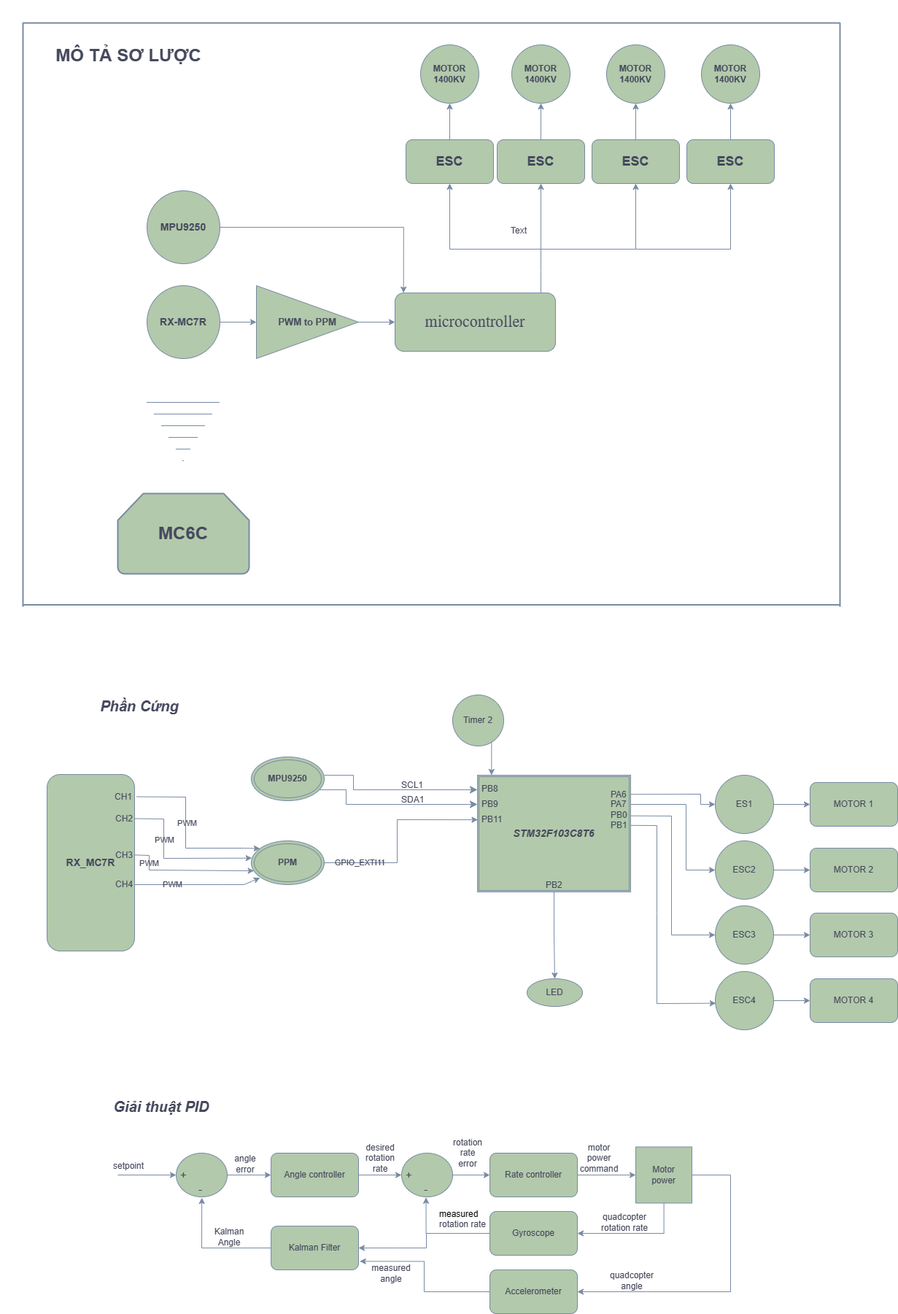
Earlier version of the draw.io export Untitled Diagram.drawio.png (trung5522/fly). Source tidied: cells renumbered, new cells last; positions are measured from the earlier drawing's top-left corner, leaving out a move shared by most shapes.
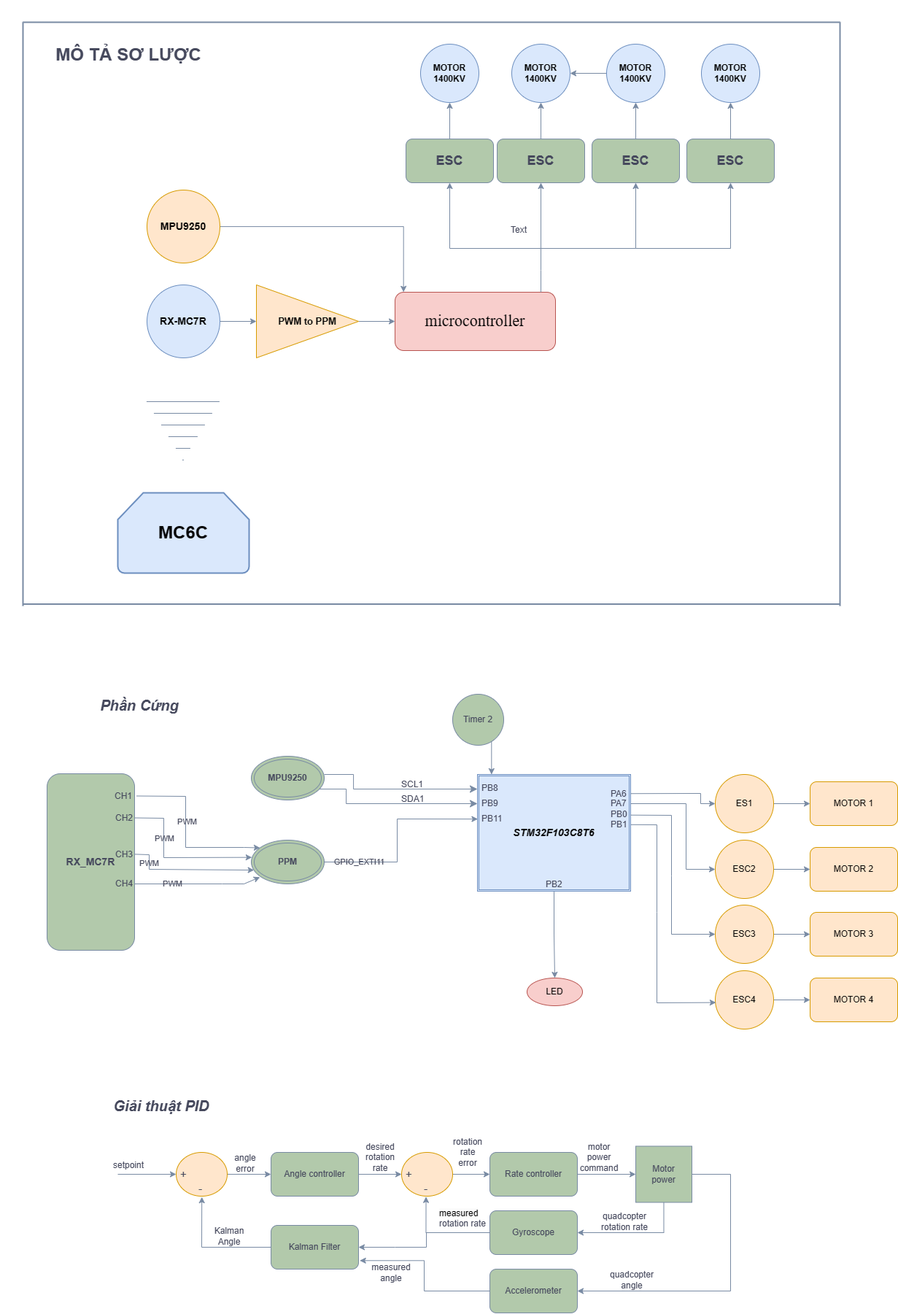
The same diagram one commit later.

The edit, as a diff of the source:
```diff
@@ -2,25 +2,25 @@
   <root>
     <mxCell id="0" />
     <mxCell id="1" parent="0" />
-    <mxCell id="2" value="&lt;span style=&quot;font-size: 22px;&quot;&gt;microcontroller&lt;/span&gt;" style="rounded=1;whiteSpace=wrap;html=1;fillColor=#B2C9AB;strokeColor=#788AA3;fontFamily=Times New Roman;labelBackgroundColor=none;fontColor=#46495D;" parent="1" vertex="1">
+    <mxCell id="2" value="&lt;span style=&quot;font-size: 22px;&quot;&gt;microcontroller&lt;/span&gt;" style="rounded=1;whiteSpace=wrap;html=1;fillColor=#f8cecc;strokeColor=#b85450;fontFamily=Times New Roman;labelBackgroundColor=none;" parent="1" vertex="1">
       <mxGeometry x="540" y="400" width="220" height="80" as="geometry" />
     </mxCell>
     <mxCell id="3" style="edgeStyle=orthogonalEdgeStyle;rounded=0;jettySize=auto;html=1;entryX=0.053;entryY=-0.002;entryDx=0;entryDy=0;entryPerimeter=0;strokeColor=#788AA3;labelBackgroundColor=none;fontColor=default;" parent="1" edge="1" source="4" target="2">
       <mxGeometry relative="1" as="geometry" />
     </mxCell>
-    <mxCell id="4" value="&lt;h3&gt;MPU9250&lt;/h3&gt;" style="ellipse;whiteSpace=wrap;html=1;labelBackgroundColor=none;fillColor=#B2C9AB;strokeColor=#788AA3;fontColor=#46495D;" parent="1" vertex="1">
+    <mxCell id="4" value="&lt;h3&gt;MPU9250&lt;/h3&gt;" style="ellipse;whiteSpace=wrap;html=1;labelBackgroundColor=none;fillColor=#ffe6cc;strokeColor=#d79b00;" parent="1" vertex="1">
       <mxGeometry x="200" y="260" width="100" height="100" as="geometry" />
     </mxCell>
     <mxCell id="5" style="edgeStyle=orthogonalEdgeStyle;rounded=0;jettySize=auto;html=1;entryX=0;entryY=0.5;entryDx=0;entryDy=0;labelBackgroundColor=none;strokeColor=#788AA3;fontColor=default;" parent="1" edge="1" source="6" target="8">
       <mxGeometry relative="1" as="geometry" />
     </mxCell>
-    <mxCell id="6" value="&lt;h3&gt;RX-MC7R&lt;/h3&gt;" style="ellipse;whiteSpace=wrap;html=1;fillColor=#B2C9AB;strokeColor=#788AA3;labelBackgroundColor=none;fontColor=#46495D;" parent="1" vertex="1">
+    <mxCell id="6" value="&lt;h3&gt;RX-MC7R&lt;/h3&gt;" style="ellipse;whiteSpace=wrap;html=1;fillColor=#dae8fc;strokeColor=#6c8ebf;labelBackgroundColor=none;" parent="1" vertex="1">
       <mxGeometry x="200" y="390" width="100" height="100" as="geometry" />
     </mxCell>
     <mxCell id="7" style="edgeStyle=orthogonalEdgeStyle;rounded=0;jettySize=auto;html=1;entryX=0;entryY=0.5;entryDx=0;entryDy=0;strokeColor=#788AA3;labelBackgroundColor=none;fontColor=default;" parent="1" edge="1" source="8" target="2">
       <mxGeometry relative="1" as="geometry" />
     </mxCell>
-    <mxCell id="8" value="PWM to PPM" style="triangle;whiteSpace=wrap;html=1;fontStyle=1;fontSize=13;align=center;labelBackgroundColor=none;fillColor=#B2C9AB;strokeColor=#788AA3;fontColor=#46495D;" parent="1" vertex="1">
+    <mxCell id="8" value="PWM to PPM" style="triangle;whiteSpace=wrap;html=1;fontStyle=1;fontSize=13;align=center;labelBackgroundColor=none;fillColor=#ffe6cc;strokeColor=#d79b00;" parent="1" vertex="1">
       <mxGeometry x="350" y="390" width="140" height="100" as="geometry" />
     </mxCell>
     <mxCell id="9" value="&lt;b&gt;&lt;font style=&quot;font-size: 18px;&quot;&gt;ESC&lt;/font&gt;&lt;/b&gt;" style="rounded=1;whiteSpace=wrap;html=1;labelBackgroundColor=none;fillColor=#B2C9AB;strokeColor=#788AA3;fontColor=#46495D;" parent="1" vertex="1">
@@ -70,7 +70,7 @@
         </Array>
       </mxGeometry>
     </mxCell>
-    <mxCell id="17" value="MOTOR 1400KV" style="ellipse;whiteSpace=wrap;html=1;fontStyle=1;labelBackgroundColor=none;fillColor=#B2C9AB;strokeColor=#788AA3;fontColor=#46495D;" parent="1" vertex="1">
+    <mxCell id="17" value="MOTOR 1400KV" style="ellipse;whiteSpace=wrap;html=1;fontStyle=1;labelBackgroundColor=none;fillColor=#dae8fc;strokeColor=#6c8ebf;" parent="1" vertex="1">
       <mxGeometry x="575" y="60" width="80" height="80" as="geometry" />
     </mxCell>
     <mxCell id="18" style="endArrow=classic;html=1;rounded=0;exitX=0.5;exitY=0;exitDx=0;exitDy=0;labelBackgroundColor=none;strokeColor=#788AA3;fontColor=default;" parent="1" edge="1" source="9">
@@ -93,16 +93,19 @@
         <mxPoint x="1000" y="140" as="targetPoint" />
       </mxGeometry>
     </mxCell>
-    <mxCell id="22" value="MOTOR 1400KV" style="ellipse;whiteSpace=wrap;html=1;fontStyle=1;labelBackgroundColor=none;fillColor=#B2C9AB;strokeColor=#788AA3;fontColor=#46495D;" parent="1" vertex="1">
+    <mxCell id="22" value="MOTOR 1400KV" style="ellipse;whiteSpace=wrap;html=1;fontStyle=1;labelBackgroundColor=none;fillColor=#dae8fc;strokeColor=#6c8ebf;" parent="1" vertex="1">
       <mxGeometry x="700" y="60" width="80" height="80" as="geometry" />
     </mxCell>
+    <mxCell id="118" style="edgeStyle=orthogonalEdgeStyle;rounded=0;jettySize=auto;html=1;strokeColor=#788AA3;fontColor=#46495D;fillColor=#B2C9AB;" parent="1" edge="1" source="23" target="22">
+      <mxGeometry relative="1" as="geometry" />
+    </mxCell>
-    <mxCell id="23" value="MOTOR 1400KV" style="ellipse;whiteSpace=wrap;html=1;fontStyle=1;labelBackgroundColor=none;fillColor=#B2C9AB;strokeColor=#788AA3;fontColor=#46495D;" parent="1" vertex="1">
+    <mxCell id="23" value="MOTOR 1400KV" style="ellipse;whiteSpace=wrap;html=1;fontStyle=1;labelBackgroundColor=none;fillColor=#dae8fc;strokeColor=#6c8ebf;" parent="1" vertex="1">
       <mxGeometry x="830" y="60" width="80" height="80" as="geometry" />
     </mxCell>
-    <mxCell id="24" value="MOTOR 1400KV" style="ellipse;whiteSpace=wrap;html=1;fontStyle=1;labelBackgroundColor=none;fillColor=#B2C9AB;strokeColor=#788AA3;fontColor=#46495D;" parent="1" vertex="1">
+    <mxCell id="24" value="MOTOR 1400KV" style="ellipse;whiteSpace=wrap;html=1;fontStyle=1;labelBackgroundColor=none;fillColor=#dae8fc;strokeColor=#6c8ebf;" parent="1" vertex="1">
       <mxGeometry x="960" y="60" width="80" height="80" as="geometry" />
     </mxCell>
-    <mxCell id="25" value="&lt;h1&gt;MC6C&lt;/h1&gt;" style="strokeWidth=2;html=1;shape=mxgraph.flowchart.loop_limit;whiteSpace=wrap;fillColor=#B2C9AB;strokeColor=#788AA3;labelBackgroundColor=none;fontColor=#46495D;" parent="1" vertex="1">
+    <mxCell id="25" value="&lt;h1&gt;MC6C&lt;/h1&gt;" style="strokeWidth=2;html=1;shape=mxgraph.flowchart.loop_limit;whiteSpace=wrap;fillColor=#dae8fc;strokeColor=#6c8ebf;labelBackgroundColor=none;" parent="1" vertex="1">
       <mxGeometry x="160" y="675" width="180" height="110" as="geometry" />
     </mxCell>
     <mxCell id="26" style="shape=mxgraph.arrows2.wedgeArrowDashed2;html=1;startWidth=50;stepSize=15;rounded=0;labelBackgroundColor=none;strokeColor=#788AA3;fontColor=default;" parent="1" edge="1">
@@ -126,7 +129,7 @@
     <mxCell id="31" style="edgeStyle=orthogonalEdgeStyle;rounded=0;jettySize=auto;html=1;labelBackgroundColor=none;strokeColor=#788AA3;fontColor=default;" parent="1" edge="1" source="32" target="75">
       <mxGeometry relative="1" as="geometry" />
     </mxCell>
-    <mxCell id="32" value="&lt;font style=&quot;font-size: 14px;&quot;&gt;&lt;b&gt;&lt;i&gt;STM32F103C8T6&lt;/i&gt;&lt;/b&gt;&lt;/font&gt;" style="shape=ext;double=1;rounded=0;whiteSpace=wrap;html=1;labelBackgroundColor=none;fillColor=#B2C9AB;strokeColor=#788AA3;fontColor=#46495D;" parent="1" vertex="1">
+    <mxCell id="32" value="&lt;font style=&quot;font-size: 14px;&quot;&gt;&lt;b&gt;&lt;i&gt;STM32F103C8T6&lt;/i&gt;&lt;/b&gt;&lt;/font&gt;" style="shape=ext;double=1;rounded=0;whiteSpace=wrap;html=1;labelBackgroundColor=none;fillColor=#dae8fc;strokeColor=#6c8ebf;" parent="1" vertex="1">
       <mxGeometry x="653" y="1061" width="210" height="160" as="geometry" />
     </mxCell>
     <mxCell id="33" value="&lt;b&gt;MPU9250&lt;/b&gt;" style="ellipse;shape=doubleEllipse;whiteSpace=wrap;html=1;fillColor=#B2C9AB;strokeColor=#788AA3;labelBackgroundColor=none;fontColor=#46495D;" parent="1" vertex="1">
@@ -255,25 +258,25 @@
     <mxCell id="59" style="edgeStyle=orthogonalEdgeStyle;rounded=0;jettySize=auto;html=1;entryX=0;entryY=0.5;entryDx=0;entryDy=0;labelBackgroundColor=none;strokeColor=#788AA3;fontColor=default;" parent="1" edge="1" source="60" target="77">
       <mxGeometry relative="1" as="geometry" />
     </mxCell>
-    <mxCell id="60" value="ES1" style="ellipse;whiteSpace=wrap;html=1;fillColor=#B2C9AB;strokeColor=#788AA3;labelBackgroundColor=none;fontColor=#46495D;" parent="1" vertex="1">
+    <mxCell id="60" value="ES1" style="ellipse;whiteSpace=wrap;html=1;fillColor=#ffe6cc;strokeColor=#d79b00;labelBackgroundColor=none;" parent="1" vertex="1">
       <mxGeometry x="979" y="1061" width="80" height="80" as="geometry" />
     </mxCell>
     <mxCell id="61" style="edgeStyle=orthogonalEdgeStyle;rounded=0;jettySize=auto;html=1;entryX=0;entryY=0.5;entryDx=0;entryDy=0;labelBackgroundColor=none;strokeColor=#788AA3;fontColor=default;" parent="1" edge="1" source="62" target="78">
       <mxGeometry relative="1" as="geometry" />
     </mxCell>
-    <mxCell id="62" value="ESC2" style="ellipse;whiteSpace=wrap;html=1;fillColor=#B2C9AB;strokeColor=#788AA3;labelBackgroundColor=none;fontColor=#46495D;" parent="1" vertex="1">
+    <mxCell id="62" value="ESC2" style="ellipse;whiteSpace=wrap;html=1;fillColor=#ffe6cc;strokeColor=#d79b00;labelBackgroundColor=none;" parent="1" vertex="1">
       <mxGeometry x="979" y="1151" width="80" height="80" as="geometry" />
     </mxCell>
     <mxCell id="63" style="edgeStyle=orthogonalEdgeStyle;rounded=0;jettySize=auto;html=1;entryX=0;entryY=0.5;entryDx=0;entryDy=0;labelBackgroundColor=none;strokeColor=#788AA3;fontColor=default;" parent="1" edge="1" source="64" target="79">
       <mxGeometry relative="1" as="geometry" />
     </mxCell>
-    <mxCell id="64" value="ESC3" style="ellipse;whiteSpace=wrap;html=1;fillColor=#B2C9AB;strokeColor=#788AA3;labelBackgroundColor=none;fontColor=#46495D;" parent="1" vertex="1">
+    <mxCell id="64" value="ESC3" style="ellipse;whiteSpace=wrap;html=1;fillColor=#ffe6cc;strokeColor=#d79b00;labelBackgroundColor=none;" parent="1" vertex="1">
       <mxGeometry x="979" y="1240" width="80" height="80" as="geometry" />
     </mxCell>
     <mxCell id="65" style="edgeStyle=orthogonalEdgeStyle;rounded=0;jettySize=auto;html=1;entryX=0;entryY=0.5;entryDx=0;entryDy=0;labelBackgroundColor=none;strokeColor=#788AA3;fontColor=default;" parent="1" edge="1" source="66" target="80">
       <mxGeometry relative="1" as="geometry" />
     </mxCell>
-    <mxCell id="66" value="ESC4" style="ellipse;whiteSpace=wrap;html=1;fillColor=#B2C9AB;strokeColor=#788AA3;labelBackgroundColor=none;fontColor=#46495D;" parent="1" vertex="1">
+    <mxCell id="66" value="ESC4" style="ellipse;whiteSpace=wrap;html=1;fillColor=#ffe6cc;strokeColor=#d79b00;labelBackgroundColor=none;" parent="1" vertex="1">
       <mxGeometry x="979" y="1330" width="80" height="80" as="geometry" />
     </mxCell>
     <mxCell id="67" style="endArrow=classic;html=1;rounded=0;entryX=0;entryY=0.5;entryDx=0;entryDy=0;exitX=1.001;exitY=0.164;exitDx=0;exitDy=0;exitPerimeter=0;labelBackgroundColor=none;strokeColor=#788AA3;fontColor=default;" parent="1" edge="1" source="32" target="60">
@@ -322,22 +325,22 @@
     <mxCell id="74" value="PB1" style="text;strokeColor=none;fillColor=none;spacingLeft=4;spacingRight=4;overflow=hidden;fontSize=12;whiteSpace=wrap;html=1;labelBackgroundColor=none;fontColor=#46495D;" parent="1" vertex="1">
       <mxGeometry x="830" y="1116" width="40" height="30" as="geometry" />
     </mxCell>
-    <mxCell id="75" value="LED" style="ellipse;whiteSpace=wrap;html=1;fillColor=#B2C9AB;strokeColor=#788AA3;labelBackgroundColor=none;fontColor=#46495D;" parent="1" vertex="1">
+    <mxCell id="75" value="LED" style="ellipse;whiteSpace=wrap;html=1;fillColor=#f8cecc;strokeColor=#b85450;labelBackgroundColor=none;" parent="1" vertex="1">
       <mxGeometry x="721" y="1340" width="76" height="38" as="geometry" />
     </mxCell>
     <mxCell id="76" value="PB2" style="text;strokeColor=none;fillColor=none;spacingLeft=4;spacingRight=4;overflow=hidden;fontSize=12;whiteSpace=wrap;html=1;labelBackgroundColor=none;fontColor=#46495D;" parent="1" vertex="1">
       <mxGeometry x="741" y="1198" width="40" height="26" as="geometry" />
     </mxCell>
-    <mxCell id="77" value="MOTOR 1" style="rounded=1;whiteSpace=wrap;html=1;labelBackgroundColor=none;fillColor=#B2C9AB;strokeColor=#788AA3;fontColor=#46495D;" parent="1" vertex="1">
+    <mxCell id="77" value="MOTOR 1" style="rounded=1;whiteSpace=wrap;html=1;labelBackgroundColor=none;fillColor=#ffe6cc;strokeColor=#d79b00;" parent="1" vertex="1">
       <mxGeometry x="1109" y="1071" width="120" height="60" as="geometry" />
     </mxCell>
-    <mxCell id="78" value="MOTOR 2" style="rounded=1;whiteSpace=wrap;html=1;labelBackgroundColor=none;fillColor=#B2C9AB;strokeColor=#788AA3;fontColor=#46495D;" parent="1" vertex="1">
+    <mxCell id="78" value="MOTOR 2" style="rounded=1;whiteSpace=wrap;html=1;labelBackgroundColor=none;fillColor=#ffe6cc;strokeColor=#d79b00;" parent="1" vertex="1">
       <mxGeometry x="1109" y="1161" width="120" height="60" as="geometry" />
     </mxCell>
-    <mxCell id="79" value="MOTOR 3" style="rounded=1;whiteSpace=wrap;html=1;labelBackgroundColor=none;fillColor=#B2C9AB;strokeColor=#788AA3;fontColor=#46495D;" parent="1" vertex="1">
+    <mxCell id="79" value="MOTOR 3" style="rounded=1;whiteSpace=wrap;html=1;labelBackgroundColor=none;fillColor=#ffe6cc;strokeColor=#d79b00;" parent="1" vertex="1">
       <mxGeometry x="1109" y="1250" width="120" height="60" as="geometry" />
     </mxCell>
-    <mxCell id="80" value="MOTOR 4" style="rounded=1;whiteSpace=wrap;html=1;labelBackgroundColor=none;fillColor=#B2C9AB;strokeColor=#788AA3;fontColor=#46495D;" parent="1" vertex="1">
+    <mxCell id="80" value="MOTOR 4" style="rounded=1;whiteSpace=wrap;html=1;labelBackgroundColor=none;fillColor=#ffe6cc;strokeColor=#d79b00;" parent="1" vertex="1">
       <mxGeometry x="1109" y="1340" width="120" height="60" as="geometry" />
     </mxCell>
     <mxCell id="81" value="Text" style="text;html=1;strokeColor=none;fillColor=none;align=center;verticalAlign=middle;whiteSpace=wrap;rounded=0;labelBackgroundColor=none;fontColor=#46495D;" parent="1" vertex="1">
@@ -349,7 +352,7 @@
     <mxCell id="83" style="edgeStyle=orthogonalEdgeStyle;rounded=0;jettySize=auto;html=1;entryX=0;entryY=0.5;entryDx=0;entryDy=0;labelBackgroundColor=none;strokeColor=#788AA3;fontColor=default;" parent="1" edge="1" source="84" target="88">
       <mxGeometry relative="1" as="geometry" />
     </mxCell>
-    <mxCell id="84" style="verticalLabelPosition=bottom;verticalAlign=top;html=1;shape=mxgraph.flowchart.on-page_reference;labelBackgroundColor=none;fillColor=#B2C9AB;strokeColor=#788AA3;fontColor=#46495D;" parent="1" vertex="1">
+    <mxCell id="84" style="verticalLabelPosition=bottom;verticalAlign=top;html=1;shape=mxgraph.flowchart.on-page_reference;labelBackgroundColor=none;fillColor=#ffe6cc;strokeColor=#d79b00;" parent="1" vertex="1">
       <mxGeometry x="240" y="1579" width="70" height="60" as="geometry" />
     </mxCell>
     <mxCell id="85" value="&lt;font style=&quot;font-size: 15px;&quot;&gt;+&lt;/font&gt;" style="text;strokeColor=none;fillColor=none;spacingLeft=4;spacingRight=4;overflow=hidden;points=[[0,0.5],[1,0.5]];portConstraint=eastwest;fontSize=12;whiteSpace=wrap;html=1;labelBackgroundColor=none;fontColor=#46495D;" parent="1" vertex="1">
@@ -367,7 +370,7 @@
     <mxCell id="89" style="edgeStyle=orthogonalEdgeStyle;rounded=0;jettySize=auto;html=1;entryX=0;entryY=0.5;entryDx=0;entryDy=0;labelBackgroundColor=none;strokeColor=#788AA3;fontColor=default;" parent="1" edge="1" source="90" target="94">
       <mxGeometry relative="1" as="geometry" />
     </mxCell>
-    <mxCell id="90" style="verticalLabelPosition=bottom;verticalAlign=top;html=1;shape=mxgraph.flowchart.on-page_reference;labelBackgroundColor=none;fillColor=#B2C9AB;strokeColor=#788AA3;fontColor=#46495D;" parent="1" vertex="1">
+    <mxCell id="90" style="verticalLabelPosition=bottom;verticalAlign=top;html=1;shape=mxgraph.flowchart.on-page_reference;labelBackgroundColor=none;fillColor=#ffe6cc;strokeColor=#d79b00;" parent="1" vertex="1">
       <mxGeometry x="549" y="1579" width="70" height="60" as="geometry" />
     </mxCell>
     <mxCell id="91" value="&lt;font style=&quot;font-size: 15px;&quot;&gt;+&lt;/font&gt;" style="text;strokeColor=none;fillColor=none;spacingLeft=4;spacingRight=4;overflow=hidden;points=[[0,0.5],[1,0.5]];portConstraint=eastwest;fontSize=12;whiteSpace=wrap;html=1;labelBackgroundColor=none;fontColor=#46495D;" parent="1" vertex="1">
```
